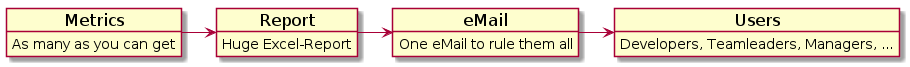
Before: _images/plantuml-23dab866e4d49bb7df510c58e6c452919062a82f.png, a diagram exported from PlantUML (useblocks/presentations). Its diagram source:
```plantuml
@startuml

skinparam backgroundColor white

skinparam componentFontSize 30
skinparam interfaceFontSize 20
skinparam interfaceFontStyle bold
skinparam nodeFontSize 25

skinparam objectFontSize 17
skinparam objectAttributeFontSize 14









object Metrics {
As many as you can get
}

object Report {
Huge Excel-Report
}

object eMail {
One eMail to rule them all
}

object Users {
Developers, Teamleaders, Managers, ...
}
Metrics -> Report
Report -> eMail
eMail -> Users

@enduml
```
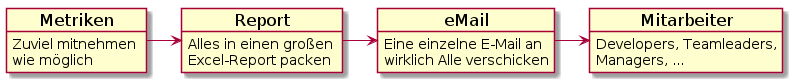
The same diagram one commit later.

What changed in the source:
```diff
@@ -18,23 +18,24 @@
 
 
 
-object Metrics {
-As many as you can get
+object Metriken {
+Zuviel mitnehmen \lwie möglich
 }
 
 object Report {
-Huge Excel-Report
+Alles in einen großen \lExcel-Report packen
 }
 
 object eMail {
-One eMail to rule them all
+Eine einzelne E-Mail an \lwirklich Alle verschicken
 }
 
-object Users {
-Developers, Teamleaders, Managers, ...
+object Mitarbeiter {
+Developers, Teamleaders,\lManagers, ...
 }
-Metrics -> Report
+Metriken -> Report
 Report -> eMail
-eMail -> Users
+eMail -> Mitarbeiter
+
 
 @enduml
```
